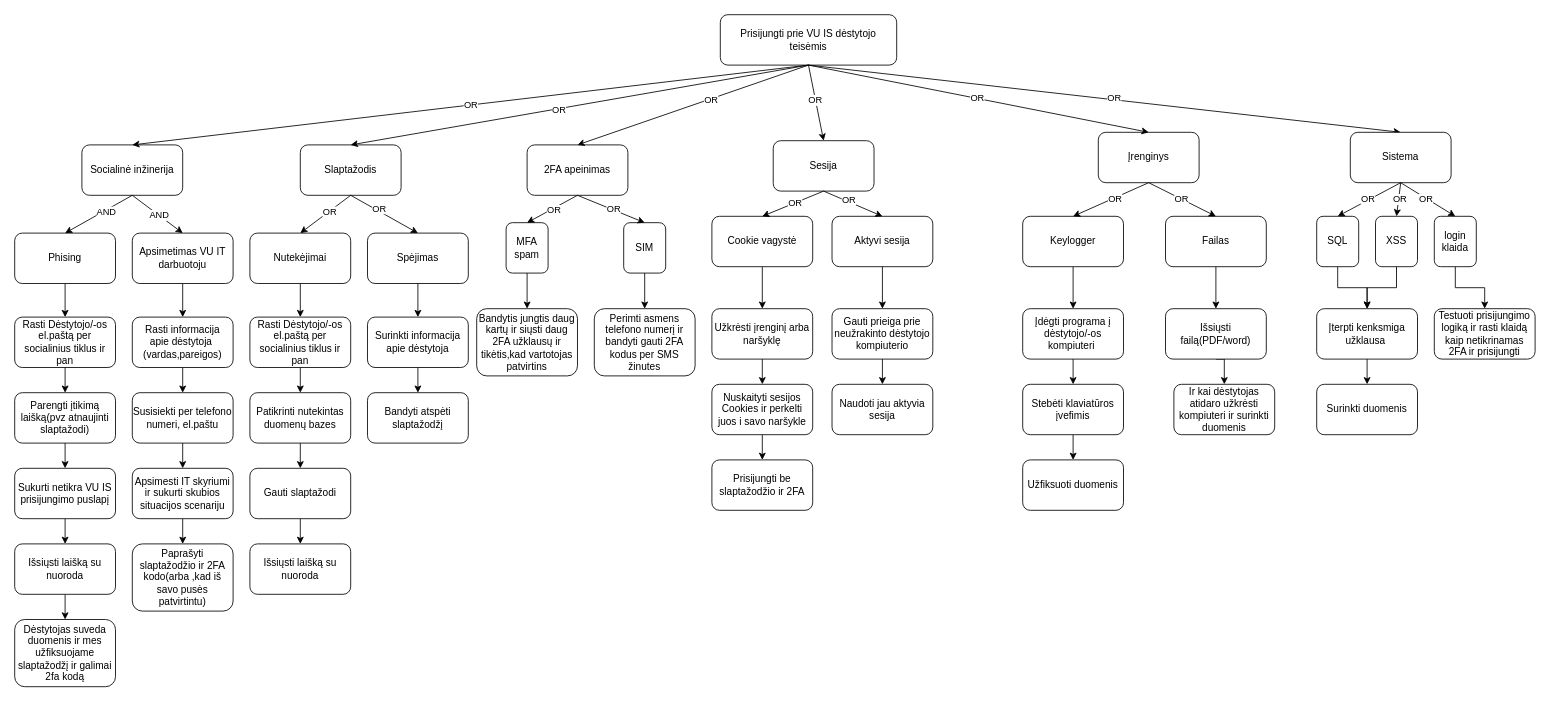
Earlier version of the draw.io diagram Diagrama be pavadinimo.drawio (ViktorijaPo/Notesapp). Source tidied: cells renumbered, new cells numbered last; positions are measured from the earlier drawing's top-left corner, leaving out a move shared by most shapes. Both pictures are drawn from the tidied source at 84%, with x=0, y=0 at pixel (14, 14).
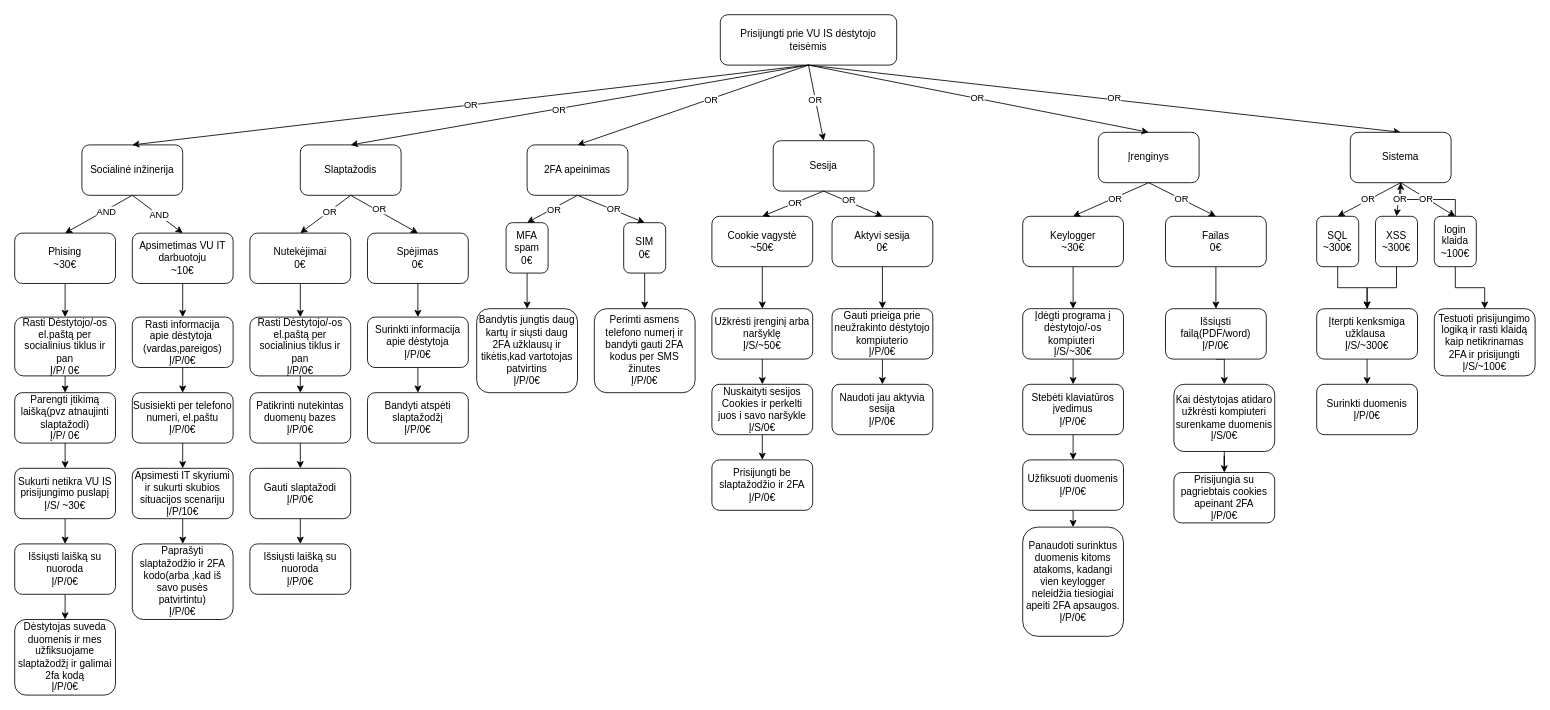
The same page after the edit.

The change refers to these unchanged cells:
```xml
<mxCell id="19" value="Sistema" style="rounded=1;whiteSpace=wrap;html=1;" parent="1" vertex="1">
  <mxGeometry x="1590" y="140" width="120" height="60" as="geometry" />
</mxCell>
```

Diff of the diagram source:
```diff
@@
-    <mxCell id="21" value="Apsimetimas VU IT darbuotoju" style="rounded=1;whiteSpace=wrap;html=1;" parent="1" vertex="1">
+    <mxCell id="21" value="Apsimetimas VU IT darbuotoju&lt;div&gt;~10€&lt;/div&gt;" style="rounded=1;whiteSpace=wrap;html=1;" parent="1" vertex="1">
       <mxGeometry x="140" y="260" width="120" height="60" as="geometry" />
     </mxCell>
@@
-    <mxCell id="23" value="Phising" style="rounded=1;whiteSpace=wrap;html=1;" parent="1" vertex="1">
+    <mxCell id="23" value="Phising&lt;div&gt;~30€&lt;/div&gt;" style="rounded=1;whiteSpace=wrap;html=1;" parent="1" vertex="1">
       <mxGeometry y="260" width="120" height="60" as="geometry" />
     </mxCell>
@@
-    <mxCell id="28" value="Spėjimas" style="rounded=1;whiteSpace=wrap;html=1;" parent="1" vertex="1">
+    <mxCell id="28" value="Spėjimas&lt;div&gt;0€&lt;/div&gt;" style="rounded=1;whiteSpace=wrap;html=1;" parent="1" vertex="1">
       <mxGeometry x="420" y="260" width="120" height="60" as="geometry" />
     </mxCell>
@@
-    <mxCell id="30" value="Nutekėjimai" style="rounded=1;whiteSpace=wrap;html=1;" parent="1" vertex="1">
+    <mxCell id="30" value="Nutekėjimai&lt;div&gt;0€&lt;/div&gt;" style="rounded=1;whiteSpace=wrap;html=1;" parent="1" vertex="1">
       <mxGeometry x="280" y="260" width="120" height="60" as="geometry" />
     </mxCell>
@@
-    <mxCell id="36" value="MFA spam" style="rounded=1;whiteSpace=wrap;html=1;" parent="1" vertex="1">
+    <mxCell id="36" value="MFA spam&lt;div&gt;0€&lt;/div&gt;" style="rounded=1;whiteSpace=wrap;html=1;" parent="1" vertex="1">
       <mxGeometry x="585" y="247.6" width="50" height="60" as="geometry" />
     </mxCell>
@@
-    <mxCell id="38" value="SIM" style="rounded=1;whiteSpace=wrap;html=1;" parent="1" vertex="1">
+    <mxCell id="38" value="SIM&lt;div&gt;0€&lt;/div&gt;" style="rounded=1;whiteSpace=wrap;html=1;" parent="1" vertex="1">
       <mxGeometry x="725" y="247.6" width="50" height="60" as="geometry" />
     </mxCell>
@@
-    <mxCell id="43" value="Aktyvi sesija" style="rounded=1;whiteSpace=wrap;html=1;" parent="1" vertex="1">
+    <mxCell id="43" value="Aktyvi sesija&lt;div&gt;0€&lt;/div&gt;" style="rounded=1;whiteSpace=wrap;html=1;" parent="1" vertex="1">
       <mxGeometry x="973" y="240" width="120" height="60" as="geometry" />
     </mxCell>
@@
-    <mxCell id="45" value="Cookie vagystė" style="rounded=1;whiteSpace=wrap;html=1;" parent="1" vertex="1">
+    <mxCell id="45" value="Cookie vagystė&lt;div&gt;~50€&lt;/div&gt;" style="rounded=1;whiteSpace=wrap;html=1;" parent="1" vertex="1">
       <mxGeometry x="830" y="240" width="120" height="60" as="geometry" />
     </mxCell>
@@
-    <mxCell id="51" value="Failas" style="rounded=1;whiteSpace=wrap;html=1;" parent="1" vertex="1">
+    <mxCell id="51" value="Failas&lt;div&gt;0€&lt;/div&gt;" style="rounded=1;whiteSpace=wrap;html=1;" parent="1" vertex="1">
       <mxGeometry x="1370" y="240" width="120" height="60" as="geometry" />
     </mxCell>
@@
-    <mxCell id="53" value="Keylogger" style="rounded=1;whiteSpace=wrap;html=1;" parent="1" vertex="1">
+    <mxCell id="53" value="Keylogger&lt;div&gt;~30€&lt;/div&gt;" style="rounded=1;whiteSpace=wrap;html=1;" parent="1" vertex="1">
       <mxGeometry x="1200" y="240" width="120" height="60" as="geometry" />
     </mxCell>
@@
-    <mxCell id="59" value="SQL" style="rounded=1;whiteSpace=wrap;html=1;" parent="1" vertex="1">
+    <mxCell id="59" value="SQL&lt;div&gt;~300€&lt;/div&gt;" style="rounded=1;whiteSpace=wrap;html=1;" parent="1" vertex="1">
       <mxGeometry x="1550" y="240" width="50" height="60" as="geometry" />
     </mxCell>
@@
-    <mxCell id="61" value="XSS" style="rounded=1;whiteSpace=wrap;html=1;" parent="1" vertex="1">
+    <mxCell id="61" value="XSS&lt;div&gt;~300€&lt;/div&gt;" style="rounded=1;whiteSpace=wrap;html=1;" parent="1" vertex="1">
       <mxGeometry x="1620" y="240" width="50" height="60" as="geometry" />
     </mxCell>
@@
+    <mxCell id="120" style="edgeStyle=orthogonalEdgeStyle;rounded=0;jettySize=auto;html=1;" parent="1" edge="1" source="63" target="19">
+      <mxGeometry relative="1" as="geometry" />
+    </mxCell>
-    <mxCell id="63" value="login klaida" style="rounded=1;whiteSpace=wrap;html=1;" parent="1" vertex="1">
+    <mxCell id="63" value="login klaida&lt;div&gt;~100€&lt;/div&gt;" style="rounded=1;whiteSpace=wrap;html=1;" parent="1" vertex="1">
       <mxGeometry x="1690" y="240" width="50" height="60" as="geometry" />
     </mxCell>
@@
-    <mxCell id="71" value="Rasti Dėstytojo/-os el.paštą per socialinius tiklus ir pan" style="rounded=1;whiteSpace=wrap;html=1;" parent="1" vertex="1">
-      <mxGeometry y="360" width="120" height="60" as="geometry" />
+    <mxCell id="71" value="Rasti Dėstytojo/-os el.paštą per socialinius tiklus ir pan&lt;div&gt;Į/P/ 0€&lt;/div&gt;" style="rounded=1;whiteSpace=wrap;html=1;" parent="1" vertex="1">
+      <mxGeometry y="360" width="120" height="70" as="geometry" />
     </mxCell>
@@
-    <mxCell id="73" value="Parengti įtikimą laišką(pvz atnaujinti slaptažodi)" style="rounded=1;whiteSpace=wrap;html=1;" parent="1" vertex="1">
+    <mxCell id="73" value="Parengti įtikimą laišką(pvz atnaujinti slaptažodi)&lt;div&gt;Į/P/ 0€&lt;/div&gt;" style="rounded=1;whiteSpace=wrap;html=1;" parent="1" vertex="1">
       <mxGeometry y="450" width="120" height="60" as="geometry" />
     </mxCell>
@@
-    <mxCell id="75" value="Sukurti netikra VU IS prisijungimo puslapį" style="rounded=1;whiteSpace=wrap;html=1;" parent="1" vertex="1">
+    <mxCell id="75" value="Sukurti netikra VU IS prisijungimo puslapį&lt;div&gt;Į/S/ ~30€&lt;/div&gt;" style="rounded=1;whiteSpace=wrap;html=1;" parent="1" vertex="1">
       <mxGeometry y="540" width="120" height="60" as="geometry" />
     </mxCell>
@@
-    <mxCell id="77" value="Išsiųsti laišką su nuoroda" style="rounded=1;whiteSpace=wrap;html=1;" parent="1" vertex="1">
+    <mxCell id="77" value="Išsiųsti laišką su nuoroda&lt;div&gt;Į/P/0€&lt;/div&gt;" style="rounded=1;whiteSpace=wrap;html=1;" parent="1" vertex="1">
       <mxGeometry y="630" width="120" height="60" as="geometry" />
     </mxCell>
-    <mxCell id="78" value="Dėstytojas suveda duomenis ir mes užfiksuojame slaptažodžį ir galimai 2fa kodą" style="rounded=1;whiteSpace=wrap;html=1;" parent="1" vertex="1">
-      <mxGeometry y="720" width="120" height="80" as="geometry" />
+    <mxCell id="78" value="Dėstytojas suveda duomenis ir mes užfiksuojame slaptažodžį ir galimai 2fa kodą&lt;div&gt;Į/P/0€&lt;/div&gt;" style="rounded=1;whiteSpace=wrap;html=1;" parent="1" vertex="1">
+      <mxGeometry y="720" width="120" height="90" as="geometry" />
     </mxCell>
@@
-    <mxCell id="80" value="Rasti informacija apie&amp;nbsp;dėstytoja&amp;nbsp;&lt;div&gt;(vardas,pareigos)&lt;/div&gt;" style="rounded=1;whiteSpace=wrap;html=1;" parent="1" vertex="1">
+    <mxCell id="80" value="Rasti informacija apie&amp;nbsp;dėstytoja&amp;nbsp;&lt;div&gt;(vardas,pareigos)&lt;/div&gt;&lt;div&gt;Į/P/0€&lt;/div&gt;" style="rounded=1;whiteSpace=wrap;html=1;" parent="1" vertex="1">
       <mxGeometry x="140" y="360" width="120" height="60" as="geometry" />
     </mxCell>
@@
-    <mxCell id="82" value="Susisiekti per telefono numeri, el.paštu" style="rounded=1;whiteSpace=wrap;html=1;" parent="1" vertex="1">
+    <mxCell id="82" value="Susisiekti per telefono numeri, el.paštu&lt;div&gt;Į/P/0€&lt;/div&gt;" style="rounded=1;whiteSpace=wrap;html=1;" parent="1" vertex="1">
       <mxGeometry x="140" y="450" width="120" height="60" as="geometry" />
     </mxCell>
@@
-    <mxCell id="84" value="Apsimesti IT skyriumi&lt;div&gt;ir sukurti skubios situacijos scenariju&lt;/div&gt;" style="rounded=1;whiteSpace=wrap;html=1;" parent="1" vertex="1">
+    <mxCell id="84" value="Apsimesti IT skyriumi&lt;div&gt;ir sukurti skubios situacijos scenariju&lt;/div&gt;&lt;div&gt;Į/P/10€&lt;/div&gt;" style="rounded=1;whiteSpace=wrap;html=1;" parent="1" vertex="1">
       <mxGeometry x="140" y="540" width="120" height="60" as="geometry" />
     </mxCell>
-    <mxCell id="85" value="Paprašyti slaptažodžio ir 2FA kodo(arba ,kad iš savo pusės patvirtintu)" style="rounded=1;whiteSpace=wrap;html=1;" parent="1" vertex="1">
-      <mxGeometry x="140" y="630" width="120" height="80" as="geometry" />
+    <mxCell id="85" value="Paprašyti slaptažodžio ir 2FA kodo(arba ,kad iš savo pusės patvirtintu)&lt;div&gt;Į/P/0€&lt;/div&gt;" style="rounded=1;whiteSpace=wrap;html=1;" parent="1" vertex="1">
+      <mxGeometry x="140" y="630" width="120" height="90" as="geometry" />
     </mxCell>
@@
-    <mxCell id="87" value="Rasti Dėstytojo/-os el.paštą per socialinius tiklus ir pan" style="rounded=1;whiteSpace=wrap;html=1;" parent="1" vertex="1">
-      <mxGeometry x="280" y="360" width="120" height="60" as="geometry" />
+    <mxCell id="87" value="Rasti Dėstytojo/-os el.paštą per socialinius tiklus ir pan&lt;div&gt;Į/P/0€&lt;/div&gt;" style="rounded=1;whiteSpace=wrap;html=1;" parent="1" vertex="1">
+      <mxGeometry x="280" y="360" width="120" height="70" as="geometry" />
     </mxCell>
@@
-    <mxCell id="89" value="Patikrinti nutekintas duomenų bazes" style="rounded=1;whiteSpace=wrap;html=1;" parent="1" vertex="1">
+    <mxCell id="89" value="Patikrinti nutekintas duomenų bazes&lt;div&gt;Į/P/0€&lt;/div&gt;" style="rounded=1;whiteSpace=wrap;html=1;" parent="1" vertex="1">
       <mxGeometry x="280" y="450" width="120" height="60" as="geometry" />
     </mxCell>
@@
-    <mxCell id="91" value="Gauti slaptažodi" style="rounded=1;whiteSpace=wrap;html=1;" parent="1" vertex="1">
+    <mxCell id="91" value="Gauti slaptažodi&lt;div&gt;Į/P/0€&lt;/div&gt;" style="rounded=1;whiteSpace=wrap;html=1;" parent="1" vertex="1">
       <mxGeometry x="280" y="540" width="120" height="60" as="geometry" />
     </mxCell>
-    <mxCell id="92" value="Išsiųsti laišką su nuoroda" style="rounded=1;whiteSpace=wrap;html=1;" parent="1" vertex="1">
+    <mxCell id="92" value="Išsiųsti laišką su nuoroda&lt;div&gt;Į/P/0€&lt;/div&gt;" style="rounded=1;whiteSpace=wrap;html=1;" parent="1" vertex="1">
       <mxGeometry x="280" y="630" width="120" height="60" as="geometry" />
     </mxCell>
@@
-    <mxCell id="94" value="Surinkti informacija apie dėstytoja" style="rounded=1;whiteSpace=wrap;html=1;" parent="1" vertex="1">
+    <mxCell id="94" value="Surinkti informacija apie dėstytoja&lt;div&gt;Į/P/0€&lt;/div&gt;" style="rounded=1;whiteSpace=wrap;html=1;" parent="1" vertex="1">
       <mxGeometry x="420" y="360" width="120" height="60" as="geometry" />
     </mxCell>
-    <mxCell id="95" value="Bandyti atspėti slaptažodžį" style="rounded=1;whiteSpace=wrap;html=1;" parent="1" vertex="1">
+    <mxCell id="95" value="Bandyti atspėti slaptažodžį&lt;div&gt;Į/P/0€&lt;/div&gt;" style="rounded=1;whiteSpace=wrap;html=1;" parent="1" vertex="1">
       <mxGeometry x="420" y="450" width="120" height="60" as="geometry" />
     </mxCell>
@@
-    <mxCell id="97" value="Bandytis jungtis daug kartų ir siųsti daug 2FA užklausų ir tikėtis,kad vartotojas patvirtins" style="rounded=1;whiteSpace=wrap;html=1;" parent="1" vertex="1">
-      <mxGeometry x="550" y="350" width="120" height="80" as="geometry" />
+    <mxCell id="97" value="Bandytis jungtis daug kartų ir siųsti daug 2FA užklausų ir tikėtis,kad vartotojas patvirtins&lt;div&gt;Į/P/0€&lt;/div&gt;" style="rounded=1;whiteSpace=wrap;html=1;" parent="1" vertex="1">
+      <mxGeometry x="550" y="350" width="120" height="100" as="geometry" />
     </mxCell>
-    <mxCell id="98" value="Perimti asmens telefono numerį ir bandyti gauti 2FA kodus per SMS žinutes" style="rounded=1;whiteSpace=wrap;html=1;" parent="1" vertex="1">
-      <mxGeometry x="690" y="350" width="120" height="80" as="geometry" />
+    <mxCell id="98" value="Perimti asmens telefono numerį ir bandyti gauti 2FA kodus per SMS žinutes&lt;div&gt;Į/P/0€&lt;/div&gt;" style="rounded=1;whiteSpace=wrap;html=1;" parent="1" vertex="1">
+      <mxGeometry x="690" y="350" width="120" height="100" as="geometry" />
     </mxCell>
@@
-    <mxCell id="100" value="Užkrėsti įrenginį arba naršyklę" style="rounded=1;whiteSpace=wrap;html=1;" parent="1" vertex="1">
+    <mxCell id="100" value="Užkrėsti įrenginį arba naršyklę&lt;div&gt;Į/S/~50€&lt;/div&gt;" style="rounded=1;whiteSpace=wrap;html=1;" parent="1" vertex="1">
       <mxGeometry x="830" y="350" width="120" height="60" as="geometry" />
     </mxCell>
@@
-    <mxCell id="102" value="Nuskaityti sesijos Cookies ir perkelti juos i savo naršykle" style="rounded=1;whiteSpace=wrap;html=1;" parent="1" vertex="1">
+    <mxCell id="102" value="Nuskaityti sesijos Cookies ir perkelti juos i savo naršykle&lt;div&gt;Į/S/0€&lt;/div&gt;" style="rounded=1;whiteSpace=wrap;html=1;" parent="1" vertex="1">
       <mxGeometry x="830" y="440" width="120" height="60" as="geometry" />
     </mxCell>
-    <mxCell id="103" value="Prisijungti be slaptažodžio ir 2FA" style="rounded=1;whiteSpace=wrap;html=1;" parent="1" vertex="1">
+    <mxCell id="103" value="Prisijungti be slaptažodžio ir 2FA&lt;div&gt;Į/P/0€&lt;/div&gt;" style="rounded=1;whiteSpace=wrap;html=1;" parent="1" vertex="1">
       <mxGeometry x="830" y="530" width="120" height="60" as="geometry" />
     </mxCell>
@@
-    <mxCell id="105" value="Gauti prieiga prie neužrakinto dėstytojo kompiuterio" style="rounded=1;whiteSpace=wrap;html=1;" parent="1" vertex="1">
+    <mxCell id="105" value="Gauti prieiga prie neužrakinto dėstytojo kompiuterio&lt;div&gt;Į/P/0€&lt;/div&gt;" style="rounded=1;whiteSpace=wrap;html=1;" parent="1" vertex="1">
       <mxGeometry x="973" y="350" width="120" height="60" as="geometry" />
     </mxCell>
@@
-    <mxCell id="107" value="Naudoti jau aktyvia sesija" style="rounded=1;whiteSpace=wrap;html=1;" parent="1" vertex="1">
+    <mxCell id="107" value="Naudoti jau aktyvia sesija&lt;div&gt;Į/P/0€&lt;/div&gt;" style="rounded=1;whiteSpace=wrap;html=1;" parent="1" vertex="1">
       <mxGeometry x="973" y="440" width="120" height="60" as="geometry" />
     </mxCell>
@@
-    <mxCell id="109" value="Įdėgti programa į dėstytojo/-os kompiuteri&amp;nbsp;" style="rounded=1;whiteSpace=wrap;html=1;" parent="1" vertex="1">
+    <mxCell id="109" value="Įdėgti programa į dėstytojo/-os kompiuteri&amp;nbsp;&lt;div&gt;Į/S/~30€&lt;/div&gt;" style="rounded=1;whiteSpace=wrap;html=1;" parent="1" vertex="1">
       <mxGeometry x="1200" y="350" width="120" height="60" as="geometry" />
     </mxCell>
-    <mxCell id="110" style="edgeStyle=orthogonalEdgeStyle;rounded=0;jettySize=auto;html=1;exitX=0.5;exitY=1;exitDx=0;exitDy=0;entryX=0.5;entryY=0;entryDx=0;entryDy=0;" parent="1" edge="1" source="111" target="112">
+    <mxCell id="110" value=" " style="edgeStyle=orthogonalEdgeStyle;rounded=0;jettySize=auto;html=1;exitX=0.5;exitY=1;exitDx=0;exitDy=0;entryX=0.5;entryY=0;entryDx=0;entryDy=0;" parent="1" edge="1" source="111" target="112">
       <mxGeometry relative="1" as="geometry" />
     </mxCell>
-    <mxCell id="111" value="Stebėti klaviatūros įvefimis" style="rounded=1;whiteSpace=wrap;html=1;" parent="1" vertex="1">
+    <mxCell id="111" value="Stebėti klaviatūros įvedimus&lt;div&gt;Į/P/0€&lt;/div&gt;" style="rounded=1;whiteSpace=wrap;html=1;" parent="1" vertex="1">
       <mxGeometry x="1200" y="440" width="120" height="60" as="geometry" />
     </mxCell>
+    <mxCell id="121" style="edgeStyle=orthogonalEdgeStyle;rounded=0;jettySize=auto;html=1;exitX=0.5;exitY=1;exitDx=0;exitDy=0;entryX=0.5;entryY=0;entryDx=0;entryDy=0;" parent="1" edge="1" source="112" target="123">
+      <mxGeometry relative="1" as="geometry" />
+    </mxCell>
-    <mxCell id="112" value="Užfiksuoti duomenis" style="rounded=1;whiteSpace=wrap;html=1;" parent="1" vertex="1">
+    <mxCell id="112" value="Užfiksuoti duomenis&lt;div&gt;&lt;div&gt;&lt;span style=&quot;background-color: transparent; color: light-dark(rgb(0, 0, 0), rgb(255, 255, 255));&quot;&gt;Į/P/0€&lt;/span&gt;&lt;/div&gt;&lt;/div&gt;" style="rounded=1;whiteSpace=wrap;html=1;" parent="1" vertex="1">
       <mxGeometry x="1200" y="530" width="120" height="60" as="geometry" />
     </mxCell>
@@
-    <mxCell id="114" value="Išsiųsti failą(PDF/word)" style="rounded=1;whiteSpace=wrap;html=1;" parent="1" vertex="1">
+    <mxCell id="114" value="Išsiųsti failą(PDF/word)&lt;div&gt;Į/P/0€&lt;/div&gt;" style="rounded=1;whiteSpace=wrap;html=1;" parent="1" vertex="1">
       <mxGeometry x="1370" y="350" width="120" height="60" as="geometry" />
     </mxCell>
+    <mxCell id="122" style="edgeStyle=orthogonalEdgeStyle;rounded=0;jettySize=auto;html=1;exitX=0.5;exitY=1;exitDx=0;exitDy=0;" parent="1" edge="1" source="115" target="124">
+      <mxGeometry relative="1" as="geometry" />
+    </mxCell>
-    <mxCell id="115" value="Ir kai dėstytojas atidaro užkrėsti kompiuteri ir surinkti duomenis" style="rounded=1;whiteSpace=wrap;html=1;" parent="1" vertex="1">
-      <mxGeometry x="1380" y="440" width="120" height="60" as="geometry" />
+    <mxCell id="115" value="Kai dėstytojas atidaro užkrėsti kompiuteri surenkame duomenis&lt;div&gt;Į/S/0€&lt;/div&gt;" style="rounded=1;whiteSpace=wrap;html=1;" parent="1" vertex="1">
+      <mxGeometry x="1380" y="440" width="120" height="80" as="geometry" />
     </mxCell>
@@
-    <mxCell id="117" value="Įterpti kenksmiga užklausa&amp;nbsp;" style="rounded=1;whiteSpace=wrap;html=1;" parent="1" vertex="1">
+    <mxCell id="117" value="Įterpti kenksmiga užklausa&amp;nbsp;&lt;div&gt;Į/S/~300€&lt;/div&gt;" style="rounded=1;whiteSpace=wrap;html=1;" parent="1" vertex="1">
       <mxGeometry x="1550" y="350" width="120" height="60" as="geometry" />
     </mxCell>
-    <mxCell id="118" value="Surinkti duomenis" style="rounded=1;whiteSpace=wrap;html=1;" parent="1" vertex="1">
+    <mxCell id="118" value="Surinkti duomenis&lt;div&gt;Į/P/0€&lt;/div&gt;" style="rounded=1;whiteSpace=wrap;html=1;" parent="1" vertex="1">
       <mxGeometry x="1550" y="440" width="120" height="60" as="geometry" />
     </mxCell>
-    <mxCell id="119" value="Testuoti prisijungimo logiką ir rasti klaidą kaip netikrinamas 2FA ir prisijungti" style="rounded=1;whiteSpace=wrap;html=1;" parent="1" vertex="1">
-      <mxGeometry x="1690" y="350" width="120" height="60" as="geometry" />
+    <mxCell id="119" value="Testuoti prisijungimo logiką ir rasti klaidą kaip netikrinamas 2FA ir prisijungti&lt;div&gt;Į/S/~100€&lt;/div&gt;" style="rounded=1;whiteSpace=wrap;html=1;" parent="1" vertex="1">
+      <mxGeometry x="1690" y="350" width="120" height="80" as="geometry" />
     </mxCell>
+    <mxCell id="123" value="Panaudoti surinktus duomenis kitoms atakoms, kadangi vien keylogger neleidžia tiesiogiai apeiti 2FA apsaugos.&lt;div&gt;Į/P/0&lt;span style=&quot;background-color: transparent; color: light-dark(rgb(0, 0, 0), rgb(255, 255, 255));&quot;&gt;€&lt;/span&gt;&lt;/div&gt;" style="rounded=1;whiteSpace=wrap;html=1;" parent="1" vertex="1">
+      <mxGeometry x="1200" y="610" width="120" height="130" as="geometry" />
+    </mxCell>
+    <mxCell id="124" value="Prisijungia su pagriebtais cookies apeinant 2FA&lt;div&gt;Į/P/0&lt;span style=&quot;background-color: transparent; color: light-dark(rgb(0, 0, 0), rgb(255, 255, 255));&quot;&gt;€&lt;/span&gt;&lt;/div&gt;" style="rounded=1;whiteSpace=wrap;html=1;" parent="1" vertex="1">
+      <mxGeometry x="1380" y="545" width="120" height="60" as="geometry" />
+    </mxCell>
```
